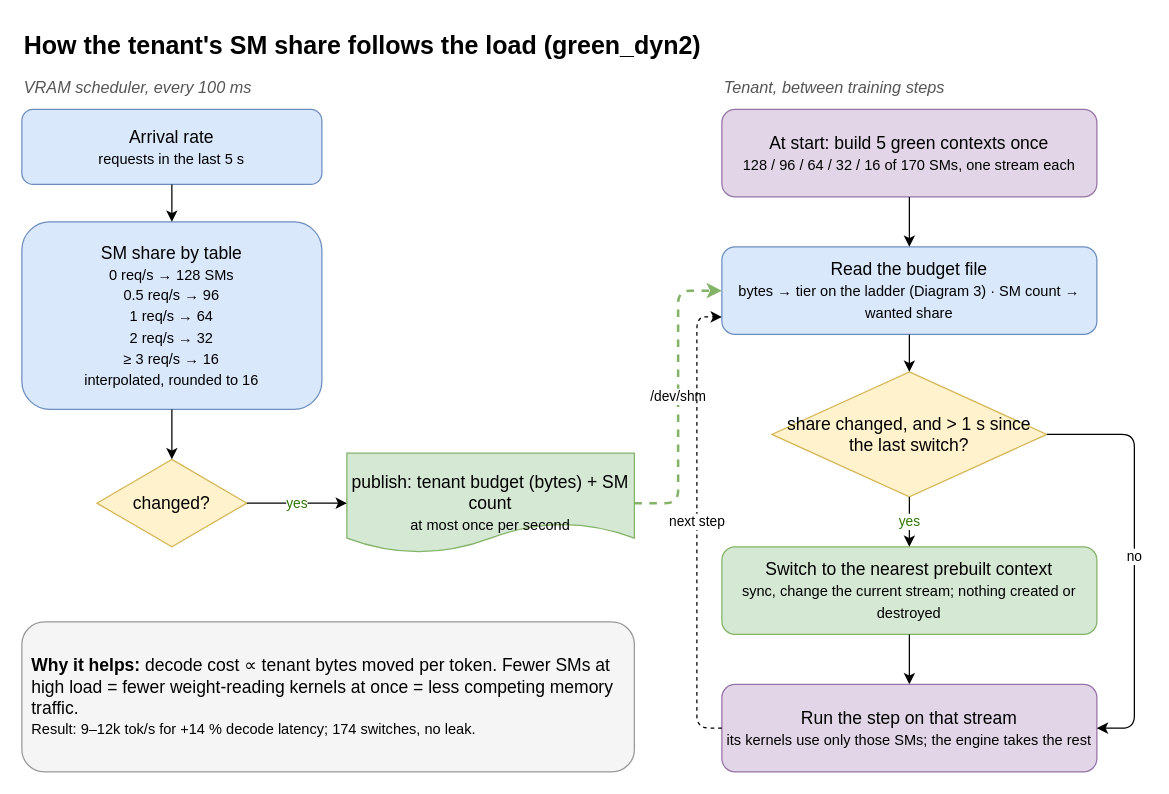
Above: coloc_adjust/diagrams/05_green_dyn.drawio in 852866031/cuda-schedule-project (draw.io), before the change. Source tidied: cells renumbered, new cells numbered last; positions are measured from the earlier drawing's top-left corner, leaving out a move shared by most shapes. Both pictures are drawn from the tidied source at 125%, with x=0, y=0 at pixel (21, 21).
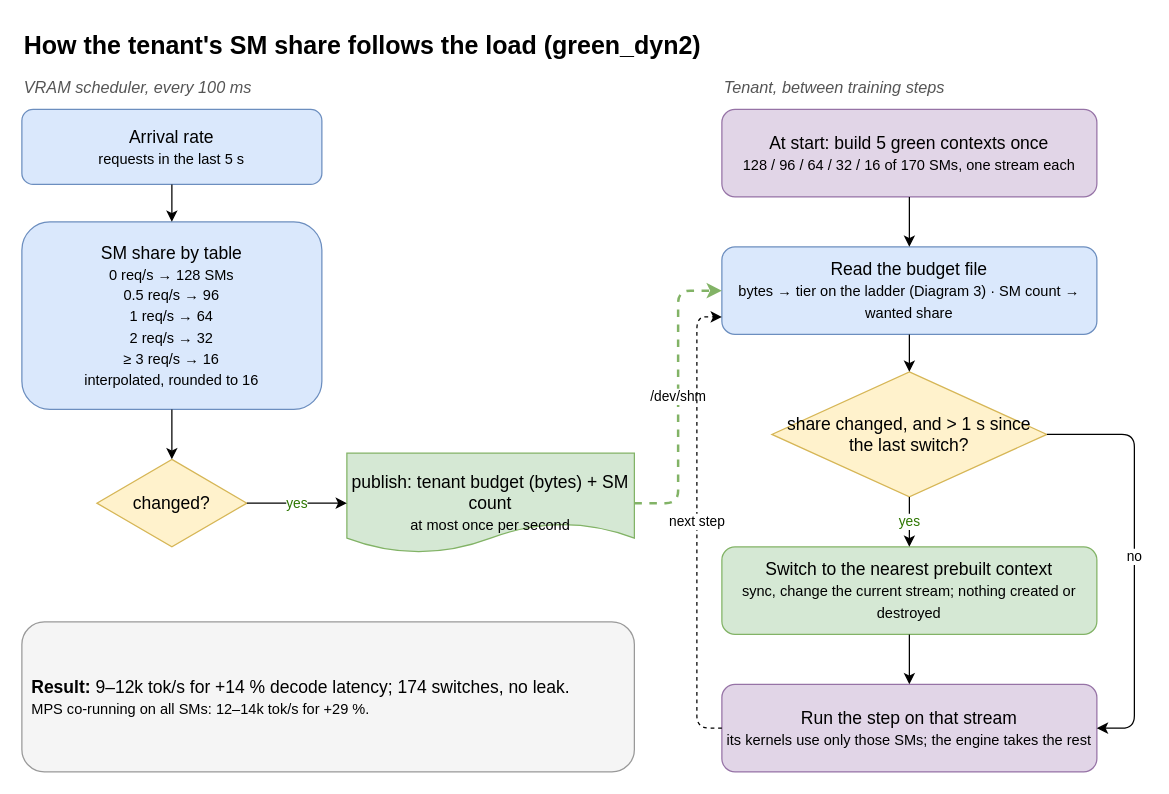
The same diagram, later.

The edit, as a diff of the source:
```diff
@@
-    <mxCell id="14" value="&lt;b&gt;Why it helps:&lt;/b&gt; decode cost ∝ tenant bytes moved per token. Fewer SMs at high load = fewer weight-reading kernels at once = less competing memory traffic.&lt;br&gt;&lt;small&gt;Result: 9–12k tok/s for +14 % decode latency; 174 switches, no leak.&lt;/small&gt;" style="rounded=1;whiteSpace=wrap;html=1;fontSize=14;align=left;spacing=8;fillColor=#f5f5f5;strokeColor=#999999;" parent="1" vertex="1">
+    <mxCell id="14" value="&lt;b&gt;Result:&lt;/b&gt; 9–12k tok/s for +14 % decode latency; 174 switches, no leak.&lt;br&gt;&lt;small&gt;MPS co-running on all SMs: 12–14k tok/s for +29 %.&lt;/small&gt;" style="rounded=1;whiteSpace=wrap;html=1;fontSize=14;align=left;spacing=8;fillColor=#f5f5f5;strokeColor=#999999;" parent="1" vertex="1">
       <mxGeometry y="480" width="490" height="120" as="geometry" />
     </mxCell>
```
